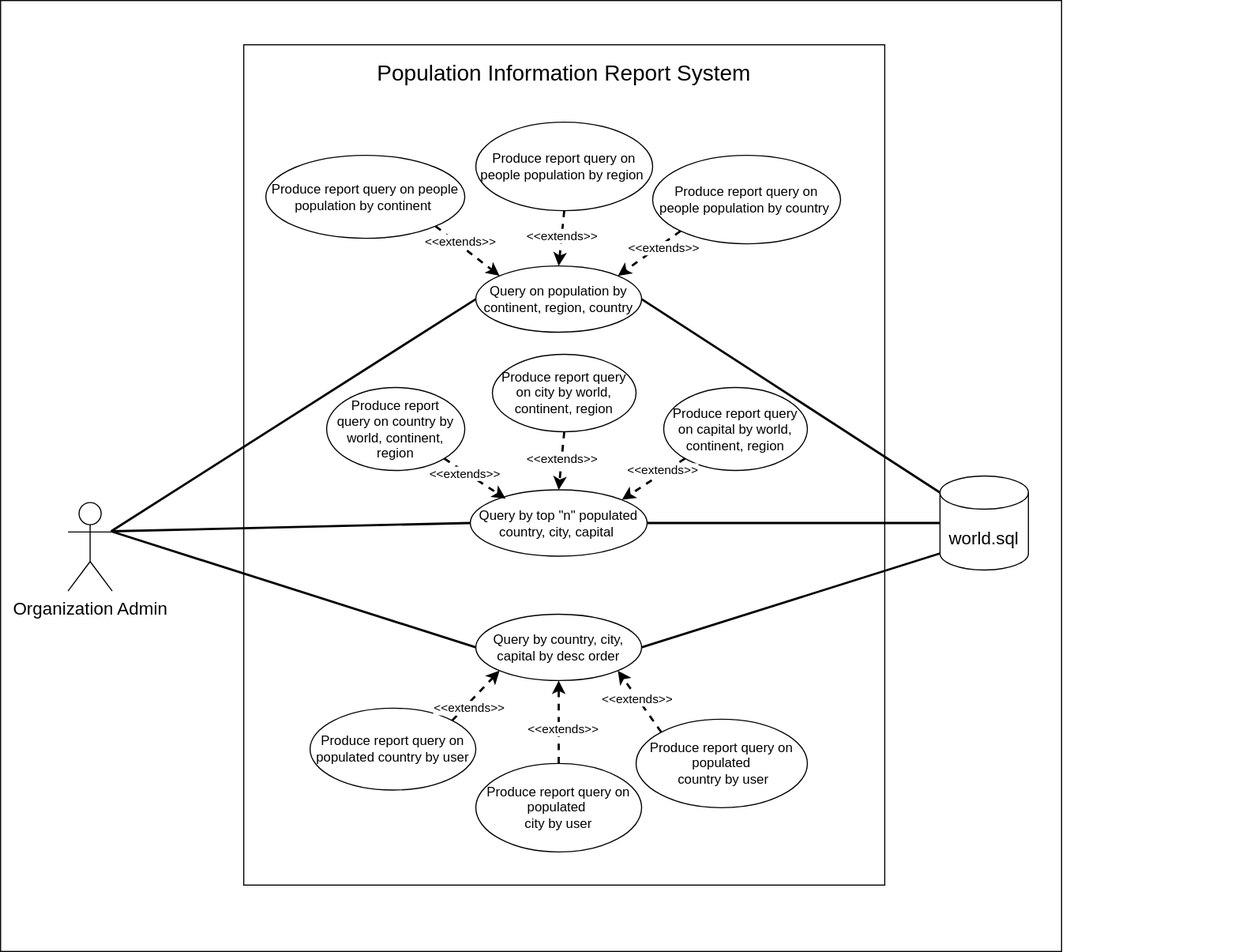
This is ProjectGroup4_UML.svg from Saw-Yu-Nandar/DevOps_gp4, a draw.io export, as it was before one commit. Source tidied: cells renumbered, new cells last; positions are measured from the earlier drawing's top-left corner, leaving out a move shared by most shapes.
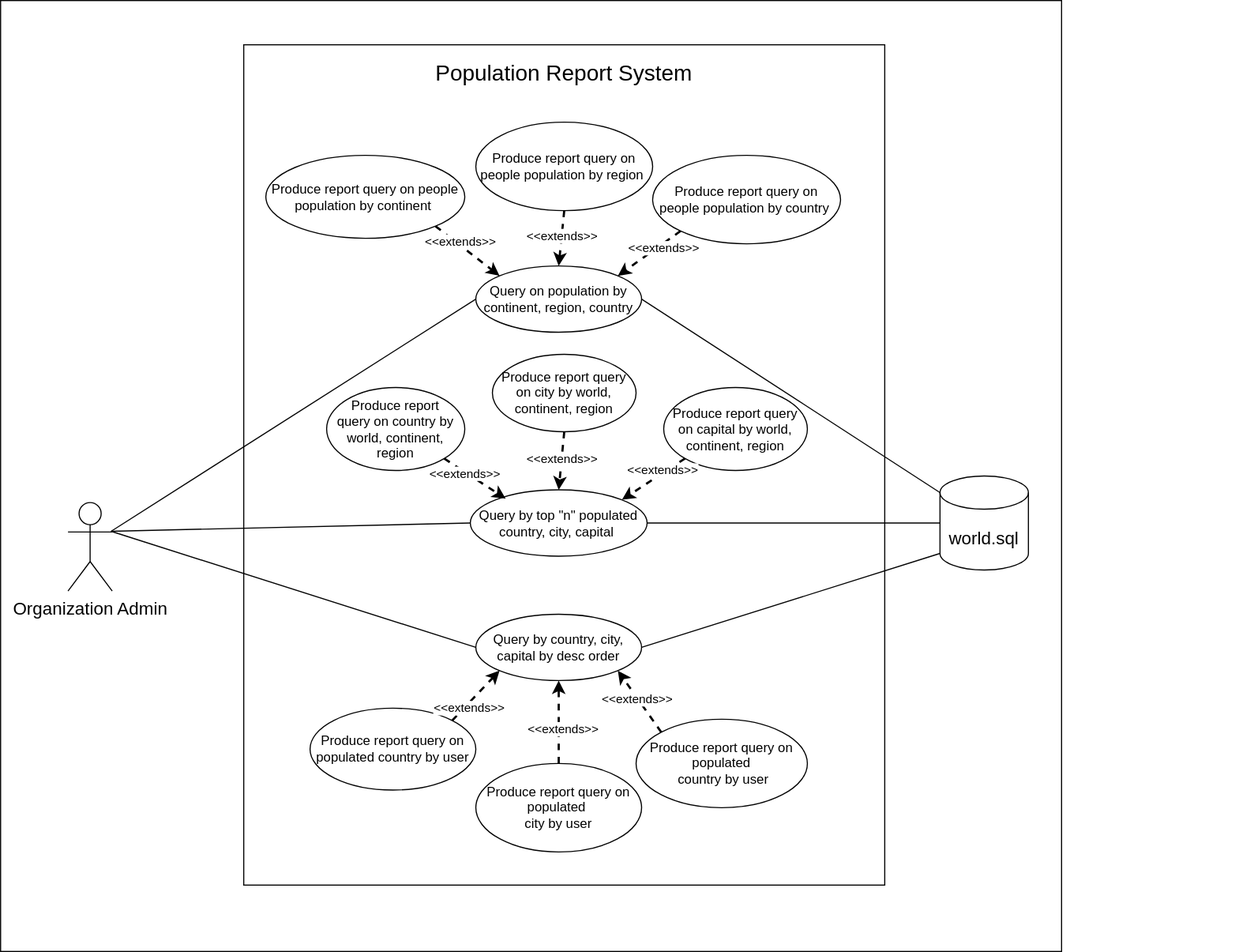
After the commit.

What changed in the source:
```diff
@@ -11,7 +11,7 @@
     <mxCell id="4" style="rounded=0;whiteSpace=wrap;html=1;" parent="1" vertex="1">
       <mxGeometry x="220" y="40" width="580" height="760" as="geometry" />
     </mxCell>
-    <mxCell id="5" value="Population Information Report System" style="text;html=1;strokeColor=none;fillColor=none;align=center;verticalAlign=middle;whiteSpace=wrap;rounded=0;fontSize=20;" parent="1" vertex="1">
+    <mxCell id="5" value="Population Report System" style="text;html=1;strokeColor=none;fillColor=none;align=center;verticalAlign=middle;whiteSpace=wrap;rounded=0;fontSize=20;" parent="1" vertex="1">
       <mxGeometry x="220" y="40" width="580" height="50" as="geometry" />
     </mxCell>
     <mxCell id="6" value="world.sql" style="shape=cylinder3;whiteSpace=wrap;html=1;boundedLbl=1;backgroundOutline=1;size=15;fontSize=16;" parent="1" vertex="1">
@@ -53,28 +53,28 @@
     <mxCell id="18" value="Produce report query on populated&amp;nbsp;&lt;br&gt;city by user" style="ellipse;whiteSpace=wrap;html=1;fontSize=12;" parent="1" vertex="1">
       <mxGeometry x="430" y="690" width="150" height="80" as="geometry" />
     </mxCell>
-    <mxCell id="19" style="endArrow=none;html=1;rounded=0;strokeWidth=2;fontSize=16;entryX=0;entryY=0.5;entryDx=0;entryDy=0;" parent="1" edge="1" target="9">
+    <mxCell id="19" style="endArrow=none;html=1;rounded=0;strokeWidth=1;fontSize=16;entryX=0;entryY=0.5;entryDx=0;entryDy=0;" parent="1" edge="1" target="9">
       <mxGeometry relative="1" as="geometry">
         <mxPoint x="100" y="480" as="sourcePoint" />
       </mxGeometry>
     </mxCell>
-    <mxCell id="20" style="endArrow=none;html=1;rounded=0;strokeWidth=2;fontSize=16;entryX=0;entryY=0.5;entryDx=0;entryDy=0;" parent="1" edge="1" target="8">
+    <mxCell id="20" style="endArrow=none;html=1;rounded=0;strokeWidth=1;fontSize=16;entryX=0;entryY=0.5;entryDx=0;entryDy=0;" parent="1" edge="1" target="8">
       <mxGeometry relative="1" as="geometry">
         <mxPoint x="100" y="480" as="sourcePoint" />
       </mxGeometry>
     </mxCell>
-    <mxCell id="21" style="endArrow=none;html=1;rounded=0;strokeWidth=2;fontSize=16;entryX=0;entryY=0.5;entryDx=0;entryDy=0;" parent="1" edge="1" target="7">
+    <mxCell id="21" style="endArrow=none;html=1;rounded=0;strokeWidth=1;fontSize=16;entryX=0;entryY=0.5;entryDx=0;entryDy=0;" parent="1" edge="1" target="7">
       <mxGeometry relative="1" as="geometry">
         <mxPoint x="100" y="480" as="sourcePoint" />
       </mxGeometry>
     </mxCell>
-    <mxCell id="22" style="endArrow=none;html=1;rounded=0;strokeWidth=2;fontSize=16;entryX=0;entryY=0;entryDx=0;entryDy=15;exitX=1;exitY=0.5;exitDx=0;exitDy=0;entryPerimeter=0;" parent="1" edge="1" source="9" target="6">
+    <mxCell id="22" style="endArrow=none;html=1;rounded=0;strokeWidth=1;fontSize=16;entryX=0;entryY=0;entryDx=0;entryDy=15;exitX=1;exitY=0.5;exitDx=0;exitDy=0;entryPerimeter=0;" parent="1" edge="1" source="9" target="6">
       <mxGeometry relative="1" as="geometry" />
     </mxCell>
-    <mxCell id="23" style="endArrow=none;html=1;rounded=0;strokeWidth=2;fontSize=16;exitX=1;exitY=0.5;exitDx=0;exitDy=0;entryX=0;entryY=0.5;entryDx=0;entryDy=0;entryPerimeter=0;" parent="1" edge="1" source="8" target="6">
+    <mxCell id="23" style="endArrow=none;html=1;rounded=0;strokeWidth=1;fontSize=16;exitX=1;exitY=0.5;exitDx=0;exitDy=0;entryX=0;entryY=0.5;entryDx=0;entryDy=0;entryPerimeter=0;" parent="1" edge="1" source="8" target="6">
       <mxGeometry relative="1" as="geometry" />
     </mxCell>
-    <mxCell id="24" style="endArrow=none;html=1;rounded=0;strokeWidth=2;fontSize=16;exitX=1;exitY=0.5;exitDx=0;exitDy=0;entryX=0;entryY=1;entryDx=0;entryDy=-15;entryPerimeter=0;" parent="1" edge="1" source="7" target="6">
+    <mxCell id="24" style="endArrow=none;html=1;rounded=0;strokeWidth=1;fontSize=16;exitX=1;exitY=0.5;exitDx=0;exitDy=0;entryX=0;entryY=1;entryDx=0;entryDy=-15;entryPerimeter=0;" parent="1" edge="1" source="7" target="6">
       <mxGeometry relative="1" as="geometry" />
     </mxCell>
     <mxCell id="25" style="rounded=0;jettySize=auto;html=1;strokeWidth=2;fontSize=16;dashed=1;entryX=1;entryY=0;entryDx=0;entryDy=0;exitX=0;exitY=1;exitDx=0;exitDy=0;" parent="1" edge="1" source="13" target="9">
```
